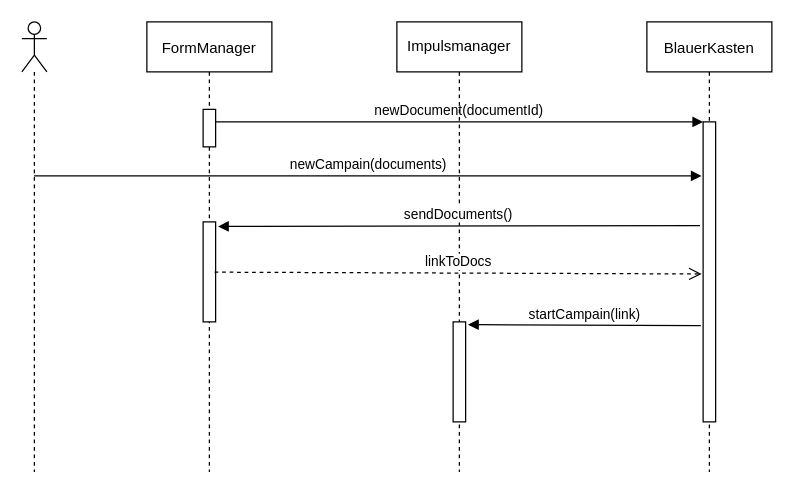
Above: document_creation_sequence.drawio in stargazer74/diagramme (draw.io), before the change. Source tidied: cells renumbered, new cells numbered last; positions are measured from the earlier drawing's top-left corner, leaving out a move shared by most shapes. Both pictures are drawn from the tidied source at 125%, with x=0, y=0 at pixel (21, 21).
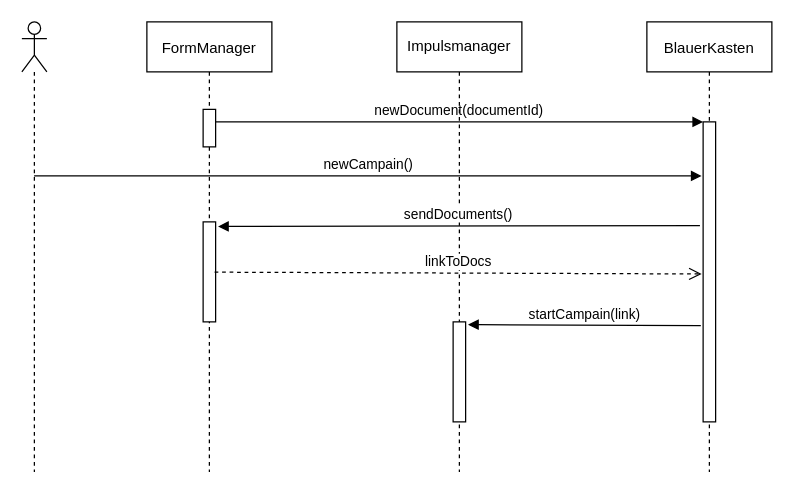
After the change.

The edit, as a diff of the source:
```diff
@@
 <mxGraphModel>
   <root>
     <mxCell id="0" />
     <mxCell id="1" parent="0" />
     <mxCell id="2" value="FormManager" style="shape=umlLifeline;perimeter=lifelinePerimeter;rounded=0;shadow=0;strokeWidth=1;" parent="1" vertex="1">
       <mxGeometry x="100" width="100" height="360" as="geometry" />
     </mxCell>
     <mxCell id="3" style="points=[];perimeter=orthogonalPerimeter;rounded=0;shadow=0;strokeWidth=1;" parent="2" vertex="1">
       <mxGeometry x="45" y="70" width="10" height="30" as="geometry" />
     </mxCell>
     <mxCell id="4" style="html=1;points=[];perimeter=orthogonalPerimeter;" parent="2" vertex="1">
       <mxGeometry x="45" y="160" width="10" height="80" as="geometry" />
     </mxCell>
     <mxCell id="5" value="BlauerKasten" style="shape=umlLifeline;perimeter=lifelinePerimeter;rounded=0;shadow=0;strokeWidth=1;" parent="1" vertex="1">
       <mxGeometry x="500" width="100" height="360" as="geometry" />
     </mxCell>
     <mxCell id="6" style="points=[];perimeter=orthogonalPerimeter;rounded=0;shadow=0;strokeWidth=1;" parent="5" vertex="1">
       <mxGeometry x="45" y="80" width="10" height="240" as="geometry" />
     </mxCell>
     <mxCell id="7" value="newDocument(documentId)" style="verticalAlign=bottom;endArrow=block;entryX=0;entryY=0;shadow=0;strokeWidth=1;" parent="1" edge="1" source="3" target="6">
       <mxGeometry relative="1" as="geometry" />
     </mxCell>
     <mxCell id="8" value="Impulsmanager" style="shape=umlLifeline;perimeter=lifelinePerimeter;whiteSpace=wrap;html=1;" parent="1" vertex="1">
       <mxGeometry x="300" width="100" height="360" as="geometry" />
     </mxCell>
     <mxCell id="9" style="html=1;points=[];perimeter=orthogonalPerimeter;" parent="8" vertex="1">
       <mxGeometry x="45" y="240" width="10" height="80" as="geometry" />
     </mxCell>
     <mxCell id="10" style="shape=umlLifeline;participant=umlActor;perimeter=lifelinePerimeter;whiteSpace=wrap;html=1;verticalAlign=top;spacingTop=36;" parent="1" vertex="1">
       <mxGeometry width="20" height="360" as="geometry" />
     </mxCell>
-    <mxCell id="11" value="newCampain(documents)" style="html=1;verticalAlign=bottom;endArrow=block;rounded=0;entryX=-0.117;entryY=0.159;entryDx=0;entryDy=0;entryPerimeter=0;" parent="1" edge="1">
+    <mxCell id="11" value="newCampain()" style="html=1;verticalAlign=bottom;endArrow=block;rounded=0;entryX=-0.117;entryY=0.159;entryDx=0;entryDy=0;entryPerimeter=0;" parent="1" edge="1">
       <mxGeometry relative="1" as="geometry">
         <mxPoint x="9.8" y="123.2" as="sourcePoint" />
         <mxPoint x="543.8" y="123.2" as="targetPoint" />
       </mxGeometry>
     </mxCell>
     <mxCell id="12" value="sendDocuments()" style="html=1;verticalAlign=bottom;endArrow=block;rounded=0;entryX=1.193;entryY=0.046;entryDx=0;entryDy=0;entryPerimeter=0;exitX=-0.255;exitY=0.346;exitDx=0;exitDy=0;exitPerimeter=0;" parent="1" edge="1" source="6" target="4">
       <mxGeometry relative="1" as="geometry" />
     </mxCell>
     <mxCell id="13" value="linkToDocs" style="html=1;verticalAlign=bottom;endArrow=open;dashed=1;endSize=8;rounded=0;entryX=-0.117;entryY=0.507;entryDx=0;entryDy=0;entryPerimeter=0;exitX=0.917;exitY=0.503;exitDx=0;exitDy=0;exitPerimeter=0;" parent="1" edge="1" source="4" target="6">
       <mxGeometry relative="1" as="geometry" />
     </mxCell>
     <mxCell id="14" value="startCampain(link)" style="html=1;verticalAlign=bottom;endArrow=block;rounded=0;entryX=1.193;entryY=0.028;entryDx=0;entryDy=0;entryPerimeter=0;exitX=-0.186;exitY=0.679;exitDx=0;exitDy=0;exitPerimeter=0;" parent="1" edge="1" source="6" target="9">
       <mxGeometry relative="1" as="geometry" />
     </mxCell>
   </root>
 </mxGraphModel>
```
